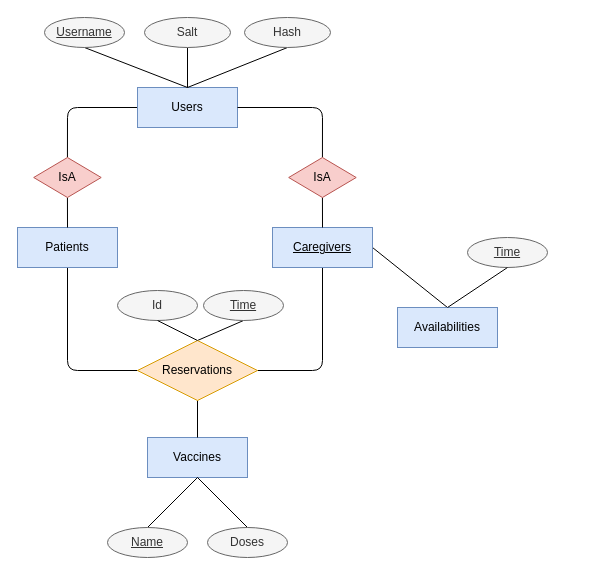
Above: src/main/resources/er_diagram.drawio in LiyangTseng/vaccine-scheduler-java (draw.io), before the change. Source tidied: cells renumbered, new cells numbered last; positions are measured from the earlier drawing's top-left corner, leaving out a move shared by most shapes. Both pictures are drawn from the tidied source at 100%, with x=0, y=0 at pixel (17, 17).
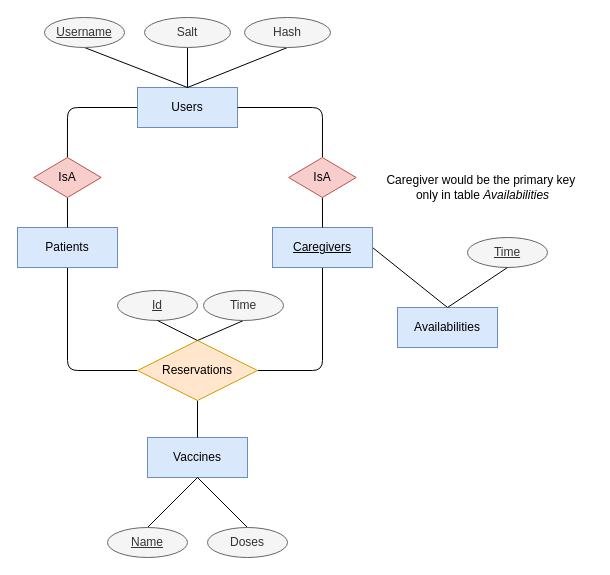
After the change.

Diff of the diagram source:
```diff
@@
-    <mxCell id="24" value="&lt;u&gt;Time&lt;/u&gt;" style="ellipse;whiteSpace=wrap;html=1;align=center;fillColor=#f5f5f5;fontColor=#333333;strokeColor=#666666;" parent="1" vertex="1">
+    <mxCell id="24" value="Time" style="ellipse;whiteSpace=wrap;html=1;align=center;fillColor=#f5f5f5;fontColor=#333333;strokeColor=#666666;" parent="1" vertex="1">
       <mxGeometry x="186" y="273" width="80" height="30" as="geometry" />
     </mxCell>
@@
-    <mxCell id="29" value="Id" style="ellipse;whiteSpace=wrap;html=1;align=center;fillColor=#f5f5f5;fontColor=#333333;strokeColor=#666666;" parent="1" vertex="1">
+    <mxCell id="29" value="&lt;u&gt;Id&lt;/u&gt;" style="ellipse;whiteSpace=wrap;html=1;align=center;fillColor=#f5f5f5;fontColor=#333333;strokeColor=#666666;" parent="1" vertex="1">
       <mxGeometry x="100" y="273" width="80" height="30" as="geometry" />
     </mxCell>
@@
+    <mxCell id="34" value="Caregiver would be the primary key&amp;nbsp;&lt;div&gt;only in table &lt;i&gt;Availabilities&lt;/i&gt;&lt;/div&gt;" style="text;html=1;align=center;verticalAlign=middle;strokeColor=none;fillColor=none;" parent="1" vertex="1">
+      <mxGeometry x="355" y="150" width="220" height="40" as="geometry" />
+    </mxCell>
```
